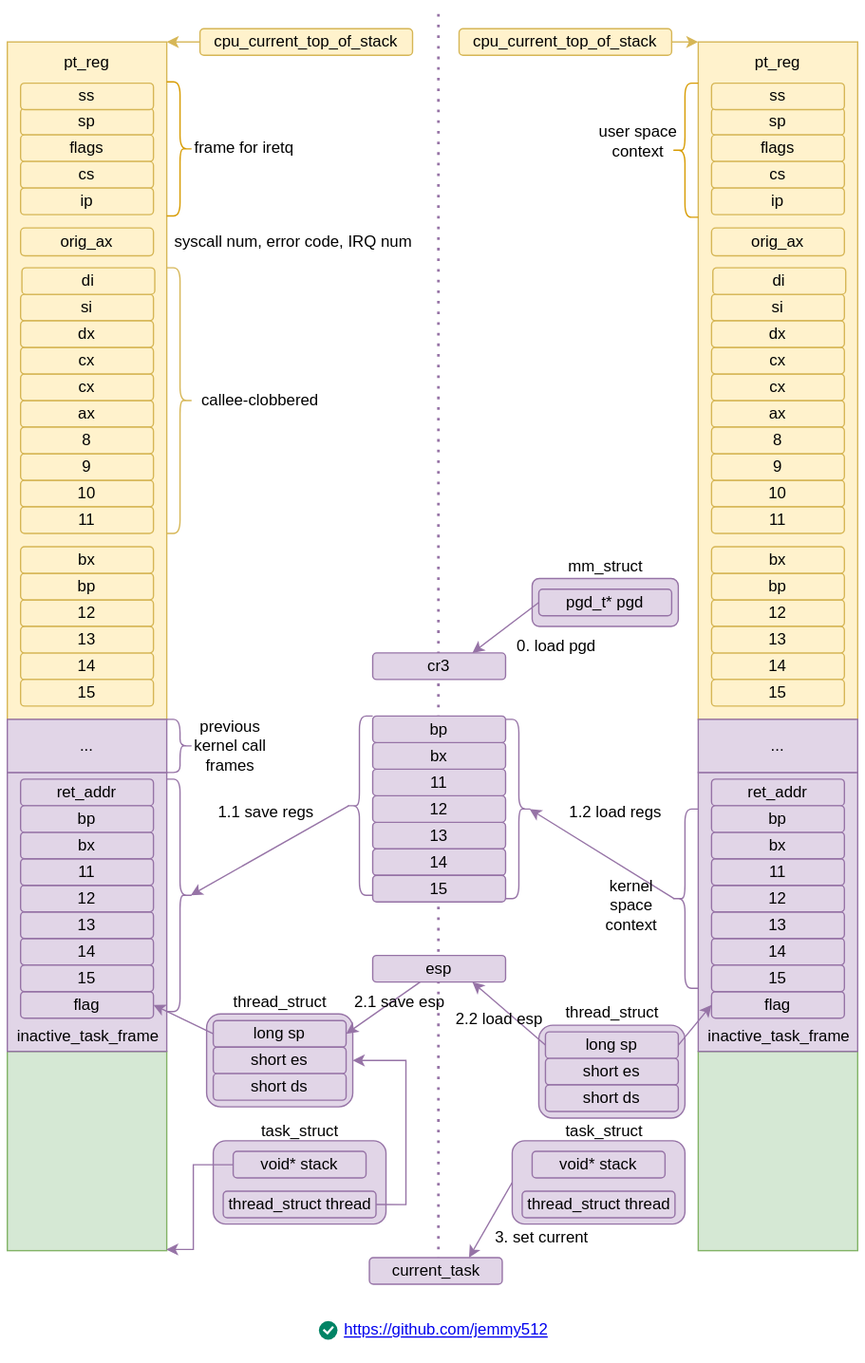
This is images/kernel/proc-sched-context-swith.svg from jemmy512/book-notes, a draw.io export, as it was before one commit. Source tidied: cells renumbered, new cells last; positions are measured from the earlier drawing's top-left corner, leaving out a move shared by most shapes.
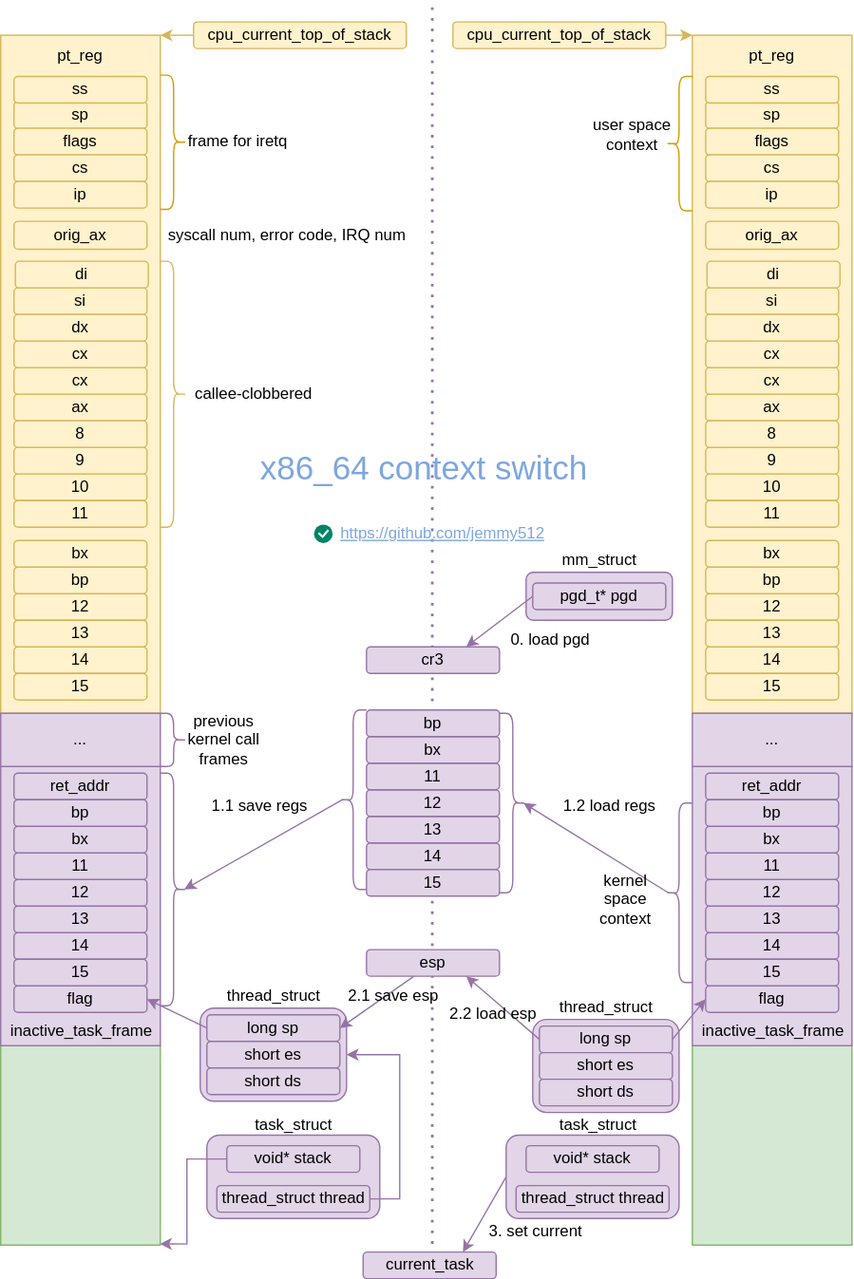
Later version of the same file.

Change to the diagram source:
```diff
@@ -448,10 +448,13 @@
       <mxGeometry x="360" y="910.2" width="85" height="30" as="geometry" />
     </mxCell>
     <mxCell id="142" style="html=1;shadow=0;dashed=0;shape=mxgraph.atlassian.checkbox;fillColor=#008465;strokeColor=none;html=1;sketch=0;" parent="1" vertex="1">
-      <mxGeometry x="234.5" y="988" width="14" height="14" as="geometry" />
+      <mxGeometry x="235.6" y="393" width="14" height="14" as="geometry" />
     </mxCell>
-    <mxCell id="143" value="https://github.com/jemmy512" style="text;html=1;strokeColor=none;fillColor=none;whiteSpace=wrap;align=center;verticalAlign=middle;fontColor=#0000EE;fontStyle=4;" parent="1" vertex="1">
-      <mxGeometry x="244.6" y="975" width="170.9" height="40" as="geometry" />
+    <mxCell id="143" value="https://github.com/jemmy512" style="text;html=1;strokeColor=none;fillColor=none;whiteSpace=wrap;align=center;verticalAlign=middle;fontColor=#7EA6E0;fontStyle=4;" parent="1" vertex="1">
+      <mxGeometry x="249.6" y="385" width="165.4" height="30" as="geometry" />
     </mxCell>
+    <mxCell id="144" value="x86_64 context switch" style="text;html=1;align=center;verticalAlign=middle;strokeColor=none;fillColor=none;fontSize=25;fontColor=#7EA6E0;" parent="1" vertex="1">
+      <mxGeometry x="182.5" y="330" width="270" height="40" as="geometry" />
+    </mxCell>
   </root>
 </mxGraphModel>
```
